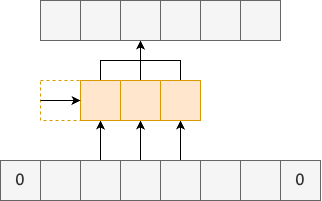
Before: figure/sec3/conv1.drawio.png, a diagram exported from draw.io (kyushusouth/master_thesis). Source tidied: cells renumbered, new cells last; positions are measured from the earlier drawing's top-left corner, leaving out a move shared by most shapes.
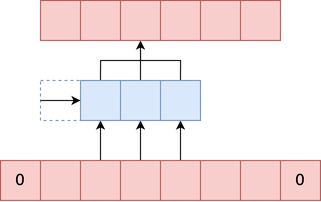
After the commit.

What changed in the source:
```diff
@@ -2,76 +2,76 @@
   <root>
     <mxCell id="0" />
     <mxCell id="1" parent="0" />
-    <mxCell id="2" style="whiteSpace=wrap;html=1;fillColor=#f5f5f5;fontColor=#333333;strokeColor=#666666;" parent="1" vertex="1">
+    <mxCell id="2" style="whiteSpace=wrap;html=1;fillColor=#f8cecc;strokeColor=#b85450;" parent="1" vertex="1">
       <mxGeometry x="40" y="160" width="40" height="40" as="geometry" />
     </mxCell>
     <mxCell id="3" style="edgeStyle=orthogonalEdgeStyle;rounded=0;jettySize=auto;html=1;exitX=0.5;exitY=0;exitDx=0;exitDy=0;entryX=0.5;entryY=1;entryDx=0;entryDy=0;" parent="1" edge="1" source="4" target="11">
       <mxGeometry relative="1" as="geometry" />
     </mxCell>
-    <mxCell id="4" style="whiteSpace=wrap;html=1;fillColor=#f5f5f5;fontColor=#333333;strokeColor=#666666;" parent="1" vertex="1">
+    <mxCell id="4" style="whiteSpace=wrap;html=1;fillColor=#f8cecc;strokeColor=#b85450;" parent="1" vertex="1">
       <mxGeometry x="80" y="160" width="40" height="40" as="geometry" />
     </mxCell>
     <mxCell id="5" style="edgeStyle=orthogonalEdgeStyle;rounded=0;jettySize=auto;html=1;exitX=0.5;exitY=0;exitDx=0;exitDy=0;entryX=0.5;entryY=1;entryDx=0;entryDy=0;" parent="1" edge="1" source="6" target="13">
       <mxGeometry relative="1" as="geometry" />
     </mxCell>
-    <mxCell id="6" style="whiteSpace=wrap;html=1;fillColor=#f5f5f5;fontColor=#333333;strokeColor=#666666;" parent="1" vertex="1">
+    <mxCell id="6" style="whiteSpace=wrap;html=1;fillColor=#f8cecc;strokeColor=#b85450;" parent="1" vertex="1">
       <mxGeometry x="120" y="160" width="40" height="40" as="geometry" />
     </mxCell>
     <mxCell id="7" style="edgeStyle=orthogonalEdgeStyle;rounded=0;jettySize=auto;html=1;exitX=0.5;exitY=0;exitDx=0;exitDy=0;entryX=0.5;entryY=1;entryDx=0;entryDy=0;" parent="1" edge="1" source="8" target="15">
       <mxGeometry relative="1" as="geometry" />
     </mxCell>
-    <mxCell id="8" style="whiteSpace=wrap;html=1;fillColor=#f5f5f5;fontColor=#333333;strokeColor=#666666;" parent="1" vertex="1">
+    <mxCell id="8" style="whiteSpace=wrap;html=1;fillColor=#f8cecc;strokeColor=#b85450;" parent="1" vertex="1">
       <mxGeometry x="160" y="160" width="40" height="40" as="geometry" />
     </mxCell>
-    <mxCell id="9" style="whiteSpace=wrap;html=1;fillColor=#f5f5f5;fontColor=#333333;strokeColor=#666666;" parent="1" vertex="1">
+    <mxCell id="9" style="whiteSpace=wrap;html=1;fillColor=#f8cecc;strokeColor=#b85450;" parent="1" vertex="1">
       <mxGeometry x="200" y="160" width="40" height="40" as="geometry" />
     </mxCell>
     <mxCell id="10" style="edgeStyle=orthogonalEdgeStyle;rounded=0;jettySize=auto;html=1;exitX=0.5;exitY=0;exitDx=0;exitDy=0;entryX=0.5;entryY=1;entryDx=0;entryDy=0;" parent="1" edge="1" source="11" target="18">
       <mxGeometry relative="1" as="geometry" />
     </mxCell>
-    <mxCell id="11" style="whiteSpace=wrap;html=1;fillColor=#ffe6cc;strokeColor=#d79b00;" parent="1" vertex="1">
+    <mxCell id="11" style="whiteSpace=wrap;html=1;fillColor=#dae8fc;strokeColor=#6c8ebf;" parent="1" vertex="1">
       <mxGeometry x="80" y="80" width="40" height="40" as="geometry" />
     </mxCell>
     <mxCell id="12" style="edgeStyle=orthogonalEdgeStyle;rounded=0;jettySize=auto;html=1;exitX=0.5;exitY=0;exitDx=0;exitDy=0;entryX=0.5;entryY=1;entryDx=0;entryDy=0;" parent="1" edge="1" source="13" target="18">
       <mxGeometry relative="1" as="geometry" />
     </mxCell>
-    <mxCell id="13" style="whiteSpace=wrap;html=1;fillColor=#ffe6cc;strokeColor=#d79b00;" parent="1" vertex="1">
+    <mxCell id="13" style="whiteSpace=wrap;html=1;fillColor=#dae8fc;strokeColor=#6c8ebf;" parent="1" vertex="1">
       <mxGeometry x="120" y="80" width="40" height="40" as="geometry" />
     </mxCell>
     <mxCell id="14" style="edgeStyle=orthogonalEdgeStyle;rounded=0;jettySize=auto;html=1;exitX=0.5;exitY=0;exitDx=0;exitDy=0;entryX=0.5;entryY=1;entryDx=0;entryDy=0;" parent="1" edge="1" source="15" target="18">
       <mxGeometry relative="1" as="geometry" />
     </mxCell>
-    <mxCell id="15" style="whiteSpace=wrap;html=1;fillColor=#ffe6cc;strokeColor=#d79b00;" parent="1" vertex="1">
+    <mxCell id="15" style="whiteSpace=wrap;html=1;fillColor=#dae8fc;strokeColor=#6c8ebf;" parent="1" vertex="1">
       <mxGeometry x="160" y="80" width="40" height="40" as="geometry" />
     </mxCell>
-    <mxCell id="16" style="whiteSpace=wrap;html=1;fillColor=#f5f5f5;fontColor=#333333;strokeColor=#666666;" parent="1" vertex="1">
+    <mxCell id="16" style="whiteSpace=wrap;html=1;fillColor=#f8cecc;strokeColor=#b85450;" parent="1" vertex="1">
       <mxGeometry x="40" width="40" height="40" as="geometry" />
     </mxCell>
-    <mxCell id="17" style="whiteSpace=wrap;html=1;fillColor=#f5f5f5;fontColor=#333333;strokeColor=#666666;" parent="1" vertex="1">
+    <mxCell id="17" style="whiteSpace=wrap;html=1;fillColor=#f8cecc;strokeColor=#b85450;" parent="1" vertex="1">
       <mxGeometry x="80" width="40" height="40" as="geometry" />
     </mxCell>
-    <mxCell id="18" style="whiteSpace=wrap;html=1;fillColor=#f5f5f5;fontColor=#333333;strokeColor=#666666;" parent="1" vertex="1">
+    <mxCell id="18" style="whiteSpace=wrap;html=1;fillColor=#f8cecc;strokeColor=#b85450;" parent="1" vertex="1">
       <mxGeometry x="120" width="40" height="40" as="geometry" />
     </mxCell>
-    <mxCell id="19" style="whiteSpace=wrap;html=1;fillColor=#f5f5f5;fontColor=#333333;strokeColor=#666666;" parent="1" vertex="1">
+    <mxCell id="19" style="whiteSpace=wrap;html=1;fillColor=#f8cecc;strokeColor=#b85450;" parent="1" vertex="1">
       <mxGeometry x="160" width="40" height="40" as="geometry" />
     </mxCell>
-    <mxCell id="20" style="whiteSpace=wrap;html=1;fillColor=#f5f5f5;fontColor=#333333;strokeColor=#666666;" parent="1" vertex="1">
+    <mxCell id="20" style="whiteSpace=wrap;html=1;fillColor=#f8cecc;strokeColor=#b85450;" parent="1" vertex="1">
       <mxGeometry x="200" width="40" height="40" as="geometry" />
     </mxCell>
-    <mxCell id="21" style="whiteSpace=wrap;html=1;fillColor=#f5f5f5;fontColor=#333333;strokeColor=#666666;" parent="1" vertex="1">
+    <mxCell id="21" style="whiteSpace=wrap;html=1;fillColor=#f8cecc;strokeColor=#b85450;" parent="1" vertex="1">
       <mxGeometry x="240" y="160" width="40" height="40" as="geometry" />
     </mxCell>
-    <mxCell id="22" style="whiteSpace=wrap;html=1;fillColor=#f5f5f5;fontColor=#333333;strokeColor=#666666;" parent="1" vertex="1">
+    <mxCell id="22" style="whiteSpace=wrap;html=1;fillColor=#f8cecc;strokeColor=#b85450;" parent="1" vertex="1">
       <mxGeometry x="240" width="40" height="40" as="geometry" />
     </mxCell>
-    <mxCell id="23" value="0" style="whiteSpace=wrap;html=1;fillColor=#f5f5f5;fontColor=#333333;strokeColor=#666666;fontSize=16;" parent="1" vertex="1">
+    <mxCell id="23" value="0" style="whiteSpace=wrap;html=1;fillColor=#f8cecc;strokeColor=#b85450;fontSize=16;" parent="1" vertex="1">
       <mxGeometry y="160" width="40" height="40" as="geometry" />
     </mxCell>
-    <mxCell id="24" value="0" style="whiteSpace=wrap;html=1;fillColor=#f5f5f5;fontColor=#333333;strokeColor=#666666;fontSize=16;" parent="1" vertex="1">
+    <mxCell id="24" value="0" style="whiteSpace=wrap;html=1;fillColor=#f8cecc;strokeColor=#b85450;fontSize=16;" parent="1" vertex="1">
       <mxGeometry x="280" y="160" width="40" height="40" as="geometry" />
     </mxCell>
-    <mxCell id="25" style="whiteSpace=wrap;html=1;dashed=1;fillColor=none;strokeColor=#d79b00;" parent="1" vertex="1">
+    <mxCell id="25" style="whiteSpace=wrap;html=1;dashed=1;fillColor=none;strokeColor=#6c8ebf;" parent="1" vertex="1">
       <mxGeometry x="40" y="80" width="40" height="40" as="geometry" />
     </mxCell>
     <mxCell id="26" style="endArrow=classic;html=1;rounded=0;exitX=0;exitY=0.5;exitDx=0;exitDy=0;entryX=0;entryY=0.5;entryDx=0;entryDy=0;" parent="1" edge="1" source="25">
```
